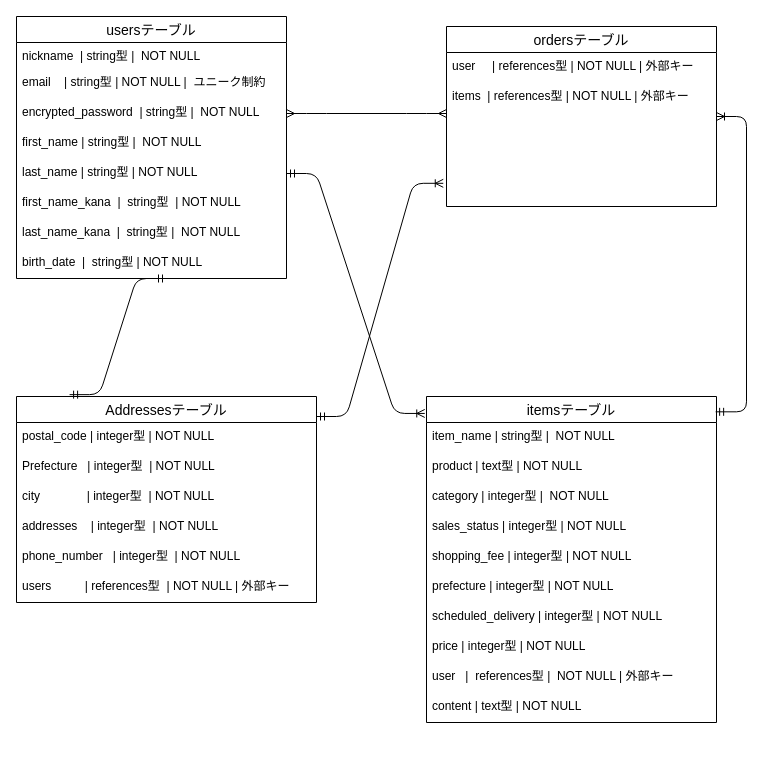
Before: test.dio in Ayakacoco/furima-39573, a draw.io diagram. Source tidied: cells renumbered, new cells numbered last; positions are measured from the earlier drawing's top-left corner, leaving out a move shared by most shapes. Both pictures are drawn from the tidied source at 100%, with x=0, y=0 at pixel (16, 16).
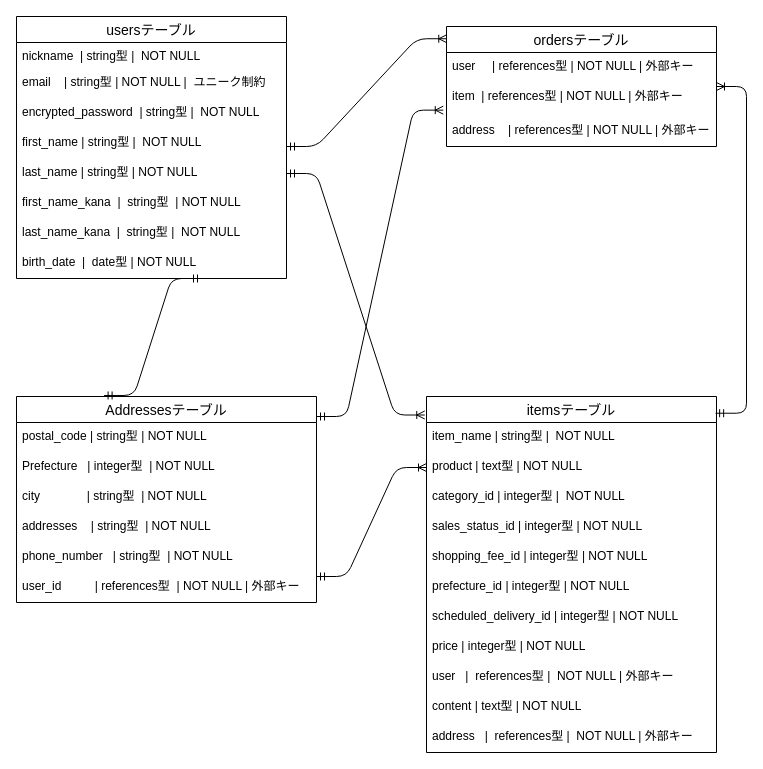
Above is the later version.

Commit message (it also covers changes not shown here):
データ設計修正１

Unchanged cells that the change refers to:
```xml
<mxCell id="2" value="usersテーブル" style="swimlane;fontStyle=0;horizontal=1;startSize=26;align=center;fontSize=14;" parent="1" vertex="1">
  <mxGeometry width="270" height="262" as="geometry" />
</mxCell>
<mxCell id="5" value="encrypted_password  | string型 |  NOT NULL" style="text;strokeColor=none;fillColor=none;spacingLeft=4;spacingRight=4;overflow=hidden;points=[[0,0.5],[1,0.5]];portConstraint=eastwest;fontSize=12;" parent="2" vertex="1">
  <mxGeometry y="82" width="270" height="30" as="geometry" />
</mxCell>
<mxCell id="16" value="product | text型 | NOT NULL" style="text;strokeColor=none;fillColor=none;spacingLeft=4;spacingRight=4;overflow=hidden;points=[[0,0.5],[1,0.5]];portConstraint=eastwest;fontSize=12;" parent="14" vertex="1">
  <mxGeometry y="56" width="290" height="30" as="geometry" />
</mxCell>
<mxCell id="26" value="Addressesテーブル" style="swimlane;fontStyle=0;horizontal=1;startSize=26;align=center;fontSize=14;" parent="1" vertex="1">
  <mxGeometry y="380" width="300" height="206" as="geometry" />
</mxCell>
```

Change to the diagram source:
```diff
@@
-    <mxCell id="10" value="birth_date  |  string型 | NOT NULL" style="text;strokeColor=none;fillColor=none;spacingLeft=4;spacingRight=4;overflow=hidden;fontSize=12;" parent="2" vertex="1">
+    <mxCell id="10" value="birth_date  |  date型 | NOT NULL" style="text;strokeColor=none;fillColor=none;spacingLeft=4;spacingRight=4;overflow=hidden;fontSize=12;" parent="2" vertex="1">
       <mxGeometry y="232" width="270" height="30" as="geometry" />
     </mxCell>
     <mxCell id="11" value="ordersテーブル" style="swimlane;fontStyle=0;horizontal=1;startSize=26;align=center;fontSize=14;" parent="1" vertex="1">
-      <mxGeometry x="430" y="10" width="270" height="180" as="geometry" />
+      <mxGeometry x="430" y="10" width="270" height="120" as="geometry" />
     </mxCell>
@@
-    <mxCell id="13" value="items  | references型 | NOT NULL | 外部キー" style="text;strokeColor=none;fillColor=none;spacingLeft=4;spacingRight=4;overflow=hidden;points=[[0,0.5],[1,0.5]];portConstraint=eastwest;fontSize=12;" parent="11" vertex="1">
-      <mxGeometry y="56" width="270" height="124" as="geometry" />
+    <mxCell id="13" value="item  | references型 | NOT NULL | 外部キー" style="text;strokeColor=none;fillColor=none;spacingLeft=4;spacingRight=4;overflow=hidden;points=[[0,0.5],[1,0.5]];portConstraint=eastwest;fontSize=12;" parent="11" vertex="1">
+      <mxGeometry y="56" width="270" height="34" as="geometry" />
     </mxCell>
+    <mxCell id="37" value="address    | references型 | NOT NULL | 外部キー" style="text;strokeColor=none;fillColor=none;spacingLeft=4;spacingRight=4;overflow=hidden;fontSize=12;" parent="11" vertex="1">
+      <mxGeometry y="90" width="270" height="30" as="geometry" />
+    </mxCell>
     <mxCell id="14" value="itemsテーブル" style="swimlane;fontStyle=0;horizontal=1;startSize=26;align=center;fontSize=14;" parent="1" vertex="1">
-      <mxGeometry x="410" y="380" width="290" height="326" as="geometry" />
+      <mxGeometry x="410" y="380" width="290" height="356" as="geometry" />
     </mxCell>
@@
-    <mxCell id="17" value="category | integer型 |  NOT NULL" style="text;strokeColor=none;fillColor=none;spacingLeft=4;spacingRight=4;overflow=hidden;fontSize=12;" parent="14" vertex="1">
+    <mxCell id="17" value="category_id | integer型 |  NOT NULL" style="text;strokeColor=none;fillColor=none;spacingLeft=4;spacingRight=4;overflow=hidden;fontSize=12;" parent="14" vertex="1">
       <mxGeometry y="86" width="290" height="30" as="geometry" />
     </mxCell>
-    <mxCell id="18" value="sales_status | integer型 | NOT NULL" style="text;strokeColor=none;fillColor=none;spacingLeft=4;spacingRight=4;overflow=hidden;fontSize=12;" parent="14" vertex="1">
+    <mxCell id="18" value="sales_status_id | integer型 | NOT NULL" style="text;strokeColor=none;fillColor=none;spacingLeft=4;spacingRight=4;overflow=hidden;fontSize=12;" parent="14" vertex="1">
       <mxGeometry y="116" width="290" height="30" as="geometry" />
     </mxCell>
-    <mxCell id="19" value="shopping_fee | integer型 | NOT NULL" style="text;strokeColor=none;fillColor=none;spacingLeft=4;spacingRight=4;overflow=hidden;fontSize=12;" parent="14" vertex="1">
+    <mxCell id="19" value="shopping_fee_id | integer型 | NOT NULL" style="text;strokeColor=none;fillColor=none;spacingLeft=4;spacingRight=4;overflow=hidden;fontSize=12;" parent="14" vertex="1">
       <mxGeometry y="146" width="290" height="30" as="geometry" />
     </mxCell>
-    <mxCell id="20" value="prefecture | integer型 | NOT NULL" style="text;strokeColor=none;fillColor=none;spacingLeft=4;spacingRight=4;overflow=hidden;fontSize=12;" parent="14" vertex="1">
+    <mxCell id="20" value="prefecture_id | integer型 | NOT NULL" style="text;strokeColor=none;fillColor=none;spacingLeft=4;spacingRight=4;overflow=hidden;fontSize=12;" parent="14" vertex="1">
       <mxGeometry y="176" width="290" height="30" as="geometry" />
     </mxCell>
-    <mxCell id="21" value="scheduled_delivery | integer型 | NOT NULL" style="text;strokeColor=none;fillColor=none;spacingLeft=4;spacingRight=4;overflow=hidden;fontSize=12;" parent="14" vertex="1">
+    <mxCell id="21" value="scheduled_delivery_id | integer型 | NOT NULL" style="text;strokeColor=none;fillColor=none;spacingLeft=4;spacingRight=4;overflow=hidden;fontSize=12;" parent="14" vertex="1">
       <mxGeometry y="206" width="290" height="30" as="geometry" />
     </mxCell>
@@
+    <mxCell id="38" value="address   |  references型 |  NOT NULL | 外部キー" style="text;strokeColor=none;fillColor=none;spacingLeft=4;spacingRight=4;overflow=hidden;fontSize=12;" parent="14" vertex="1">
+      <mxGeometry y="326" width="290" height="30" as="geometry" />
+    </mxCell>
@@
-    <mxCell id="27" value="postal_code | integer型 | NOT NULL " style="text;strokeColor=none;fillColor=none;spacingLeft=4;spacingRight=4;overflow=hidden;fontSize=12;" parent="26" vertex="1">
+    <mxCell id="27" value="postal_code | string型 | NOT NULL " style="text;strokeColor=none;fillColor=none;spacingLeft=4;spacingRight=4;overflow=hidden;fontSize=12;" parent="26" vertex="1">
       <mxGeometry y="26" width="300" height="30" as="geometry" />
     </mxCell>
@@
-    <mxCell id="29" value="city              | integer型  | NOT NULL " style="text;strokeColor=none;fillColor=none;spacingLeft=4;spacingRight=4;overflow=hidden;fontSize=12;" parent="26" vertex="1">
+    <mxCell id="29" value="city              | string型  | NOT NULL " style="text;strokeColor=none;fillColor=none;spacingLeft=4;spacingRight=4;overflow=hidden;fontSize=12;" parent="26" vertex="1">
       <mxGeometry y="86" width="300" height="30" as="geometry" />
     </mxCell>
-    <mxCell id="30" value="addresses    | integer型  | NOT NULL " style="text;strokeColor=none;fillColor=none;spacingLeft=4;spacingRight=4;overflow=hidden;fontSize=12;" parent="26" vertex="1">
+    <mxCell id="30" value="addresses    | string型  | NOT NULL " style="text;strokeColor=none;fillColor=none;spacingLeft=4;spacingRight=4;overflow=hidden;fontSize=12;" parent="26" vertex="1">
       <mxGeometry y="116" width="300" height="30" as="geometry" />
     </mxCell>
-    <mxCell id="31" value="phone_number   | integer型  | NOT NULL " style="text;strokeColor=none;fillColor=none;spacingLeft=4;spacingRight=4;overflow=hidden;fontSize=12;" parent="26" vertex="1">
+    <mxCell id="31" value="phone_number   | string型  | NOT NULL " style="text;strokeColor=none;fillColor=none;spacingLeft=4;spacingRight=4;overflow=hidden;fontSize=12;" parent="26" vertex="1">
       <mxGeometry y="146" width="300" height="30" as="geometry" />
     </mxCell>
-    <mxCell id="32" value="users          | references型  | NOT NULL | 外部キー" style="text;strokeColor=none;fillColor=none;spacingLeft=4;spacingRight=4;overflow=hidden;fontSize=12;" parent="26" vertex="1">
+    <mxCell id="32" value="user_id          | references型  | NOT NULL | 外部キー" style="text;strokeColor=none;fillColor=none;spacingLeft=4;spacingRight=4;overflow=hidden;fontSize=12;" parent="26" vertex="1">
       <mxGeometry y="176" width="300" height="30" as="geometry" />
     </mxCell>
@@
-    <mxCell id="34" style="edgeStyle=entityRelationEdgeStyle;fontSize=12;html=1;endArrow=ERmandOne;startArrow=ERmandOne;exitX=0.177;exitY=-0.009;exitDx=0;exitDy=0;exitPerimeter=0;" parent="1" edge="1" source="26">
-      <mxGeometry relative="1" as="geometry">
-        <mxPoint x="150" y="262" as="targetPoint" />
-      </mxGeometry>
-    </mxCell>
-    <mxCell id="35" style="edgeStyle=entityRelationEdgeStyle;fontSize=12;html=1;endArrow=ERmany;startArrow=ERmany;exitX=1;exitY=0.5;exitDx=0;exitDy=0;" parent="1" edge="1" source="5">
-      <mxGeometry relative="1" as="geometry">
-        <mxPoint x="430" y="97" as="targetPoint" />
-      </mxGeometry>
-    </mxCell>
@@
+    <mxCell id="39" style="edgeStyle=entityRelationEdgeStyle;fontSize=12;html=1;endArrow=ERoneToMany;startArrow=ERmandOne;entryX=0.001;entryY=0.102;entryDx=0;entryDy=0;entryPerimeter=0;" parent="1" edge="1" target="11">
+      <mxGeometry relative="1" as="geometry">
+        <mxPoint x="270" y="130" as="sourcePoint" />
+      </mxGeometry>
+    </mxCell>
+    <mxCell id="40" style="edgeStyle=entityRelationEdgeStyle;fontSize=12;html=1;endArrow=ERoneToMany;startArrow=ERmandOne;entryX=0;entryY=0.5;entryDx=0;entryDy=0;" parent="1" edge="1" target="16">
+      <mxGeometry relative="1" as="geometry">
+        <mxPoint x="300" y="560" as="sourcePoint" />
+      </mxGeometry>
+    </mxCell>
+    <mxCell id="41" style="edgeStyle=entityRelationEdgeStyle;fontSize=12;html=1;endArrow=ERmandOne;startArrow=ERmandOne;exitX=0.292;exitY=-0.005;exitDx=0;exitDy=0;exitPerimeter=0;" parent="1" edge="1" source="26">
+      <mxGeometry relative="1" as="geometry">
+        <mxPoint x="185" y="262" as="targetPoint" />
+      </mxGeometry>
+    </mxCell>
```
